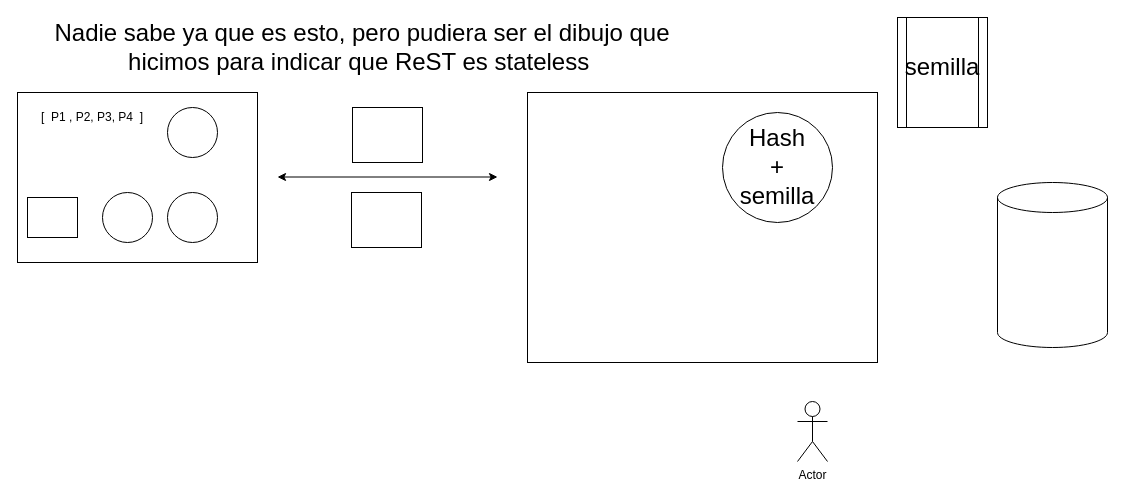
Before: page "Page-35" (35 of 63) of diagramas.drawio in almoril00/MEAN, a draw.io diagram. Source tidied: cells renumbered, new cells numbered last; positions are measured from the earlier drawing's top-left corner, leaving out a move shared by most shapes. Both pictures are drawn from the tidied source at 100%, with x=0, y=0 at pixel (17, 17).
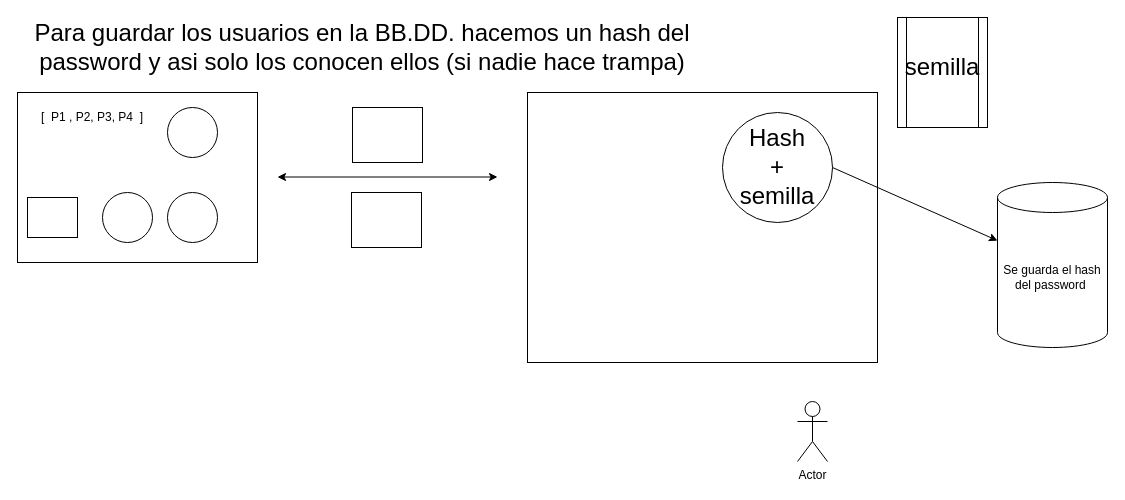
The same diagram, later.

The change refers to these unchanged cells:
```xml
<mxCell id="3" style="ellipse;whiteSpace=wrap;html=1;fillColor=none;" parent="1" vertex="1">
  <mxGeometry x="705" y="95" width="110" height="110" as="geometry" />
</mxCell>
```

What changed in the source:
```diff
@@
-    <mxCell id="13" value="&lt;font style=&quot;font-size: 24px&quot;&gt;Nadie sabe ya que es esto, pero pudiera ser el dibujo que hicimos para indicar que ReST es stateless&amp;nbsp;&lt;/font&gt;" style="text;html=1;strokeColor=none;fillColor=none;align=center;verticalAlign=middle;whiteSpace=wrap;rounded=0;" parent="1" vertex="1">
+    <mxCell id="13" value="&lt;font style=&quot;font-size: 24px&quot;&gt;Para guardar los usuarios en la BB.DD. hacemos un hash del password y asi solo los conocen ellos (si nadie hace trampa)&lt;/font&gt;" style="text;html=1;strokeColor=none;fillColor=none;align=center;verticalAlign=middle;whiteSpace=wrap;rounded=0;" parent="1" vertex="1">
       <mxGeometry y="20" width="690" height="20" as="geometry" />
     </mxCell>
-    <mxCell id="14" style="shape=cylinder3;whiteSpace=wrap;html=1;boundedLbl=1;backgroundOutline=1;size=15;" parent="1" vertex="1">
+    <mxCell id="14" value="Se guarda el hash del password&amp;nbsp;" style="shape=cylinder3;whiteSpace=wrap;html=1;boundedLbl=1;backgroundOutline=1;size=15;" parent="1" vertex="1">
       <mxGeometry x="980" y="165" width="110" height="165" as="geometry" />
     </mxCell>
@@
+    <mxCell id="19" style="endArrow=classic;html=1;exitX=1;exitY=0.5;exitDx=0;exitDy=0;" parent="1" edge="1" source="3" target="14">
+      <mxGeometry relative="1" as="geometry" />
+    </mxCell>
```
